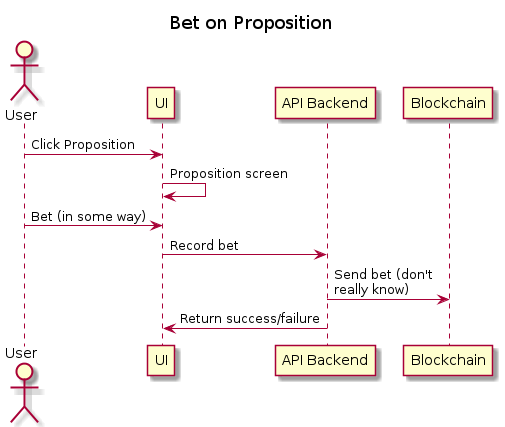
The PlantUML diagram diagram_out/Diagrams/UserStories/Bet on Proposition.png in adhurjaty/prediction-app, before a commit. Its diagram source:
```plantuml
@startuml Bet on Proposition

title Bet on Proposition

actor User as user
participant UI as ui
participant "API Backend" as api
participant Blockchain as bc

user -> ui : Click Proposition
ui -> ui : Proposition screen
user -> ui : Bet (in some way)
ui -> api : Record bet
api -> bc : Send bet (don't\nreally know)
api -> ui : Return success/failure

@enduml
```
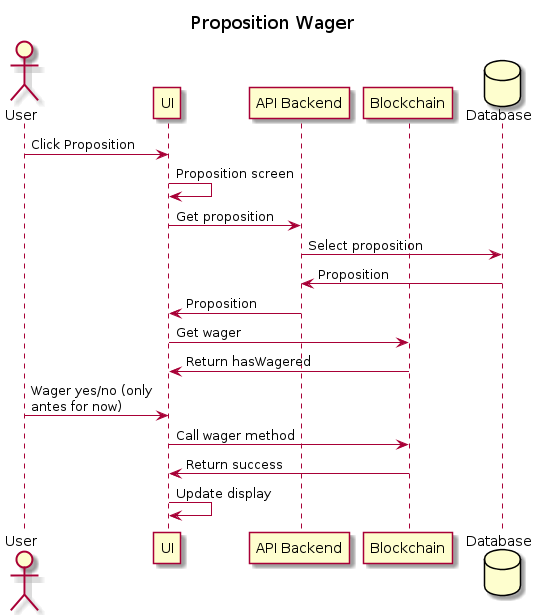
The same diagram one commit later.

Diff of the diagram source:
```diff
@@ -1,17 +1,24 @@
 @startuml Bet on Proposition
 
-title Bet on Proposition
+title Proposition Wager
 
 actor User as user
 participant UI as ui
 participant "API Backend" as api
 participant Blockchain as bc
+database Database as db
 
 user -> ui : Click Proposition
 ui -> ui : Proposition screen
-user -> ui : Bet (in some way)
-ui -> api : Record bet
-api -> bc : Send bet (don't\nreally know)
-api -> ui : Return success/failure
+ui -> api : Get proposition
+api -> db : Select proposition
+db -> api : Proposition
+api -> ui : Proposition
+ui -> bc : Get wager
+bc -> ui : Return hasWagered
+user -> ui : Wager yes/no (only\nantes for now)
+ui -> bc : Call wager method
+bc -> ui : Return success
+ui -> ui : Update display
 
 @enduml
```
